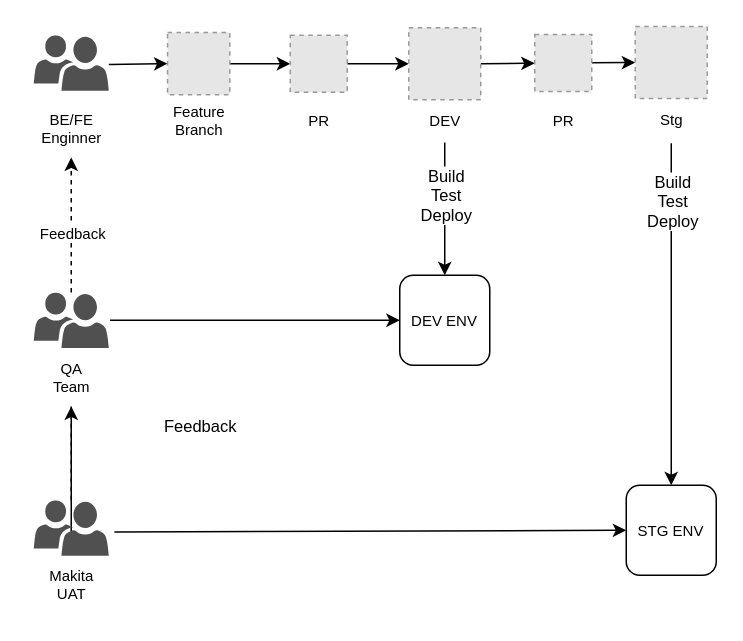
Above: CICD.drawio in tomoyaAsano/drawio (draw.io), before the change. Source tidied: cells renumbered, new cells numbered last; positions are measured from the earlier drawing's top-left corner, leaving out a move shared by most shapes. Both pictures are drawn from the tidied source at 150%, with x=0, y=0 at pixel (26, 26). Pictures stored in the file or linked from it are replaced by grey dashed boxes.
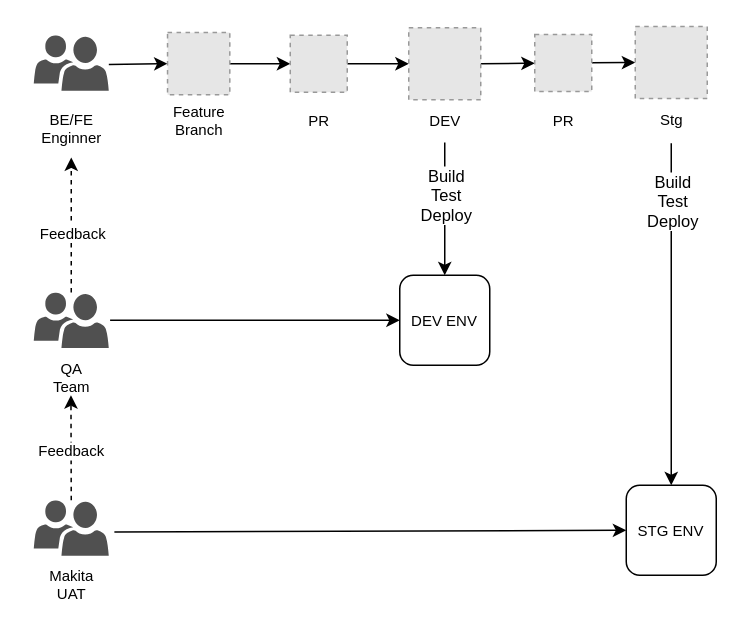
The same page after the edit.

Commit message:
CICD.drawio を更新します

Unchanged cells that the change refers to:
```xml
<mxCell id="21" value="QA&lt;div&gt;Team&lt;/div&gt;" style="text;html=1;align=center;verticalAlign=middle;points=[];strokeColor=none;fillColor=none;fontSize=10;" parent="1" vertex="1">
  <mxGeometry x="5" y="213.5" width="50" height="40" as="geometry" />
</mxCell>
<mxCell id="33" style="sketch=0;shadow=0;dashed=0;html=1;strokeColor=none;labelPosition=center;verticalLabelPosition=bottom;verticalAlign=top;align=center;fillColor=#505050;shape=mxgraph.mscae.intune.user_group;fontSize=10;" parent="1" vertex="1">
  <mxGeometry x="5" y="316" width="50" height="37" as="geometry" />
</mxCell>
<mxCell id="34" value="Makita&lt;div&gt;UAT&lt;/div&gt;" style="text;html=1;align=center;verticalAlign=middle;points=[];strokeColor=none;fillColor=none;fontSize=10;" parent="1" vertex="1">
  <mxGeometry x="5" y="352" width="50" height="40" as="geometry" />
</mxCell>
```

What changed in the source:
```diff
@@
-    <mxCell id="20" style="edgeStyle=none;shape=connector;rounded=0;jettySize=auto;html=1;strokeColor=default;align=center;verticalAlign=middle;fontFamily=Helvetica;fontSize=11;fontColor=default;labelBackgroundColor=default;endArrow=classic;" parent="1" edge="1" source="21" target="34">
-      <mxGeometry relative="1" as="geometry" />
-    </mxCell>
@@
-    <mxCell id="31" style="edgeStyle=none;shape=connector;rounded=0;jettySize=auto;html=1;exitX=0.5;exitY=0;exitDx=0;exitDy=0;exitPerimeter=0;strokeColor=default;align=center;verticalAlign=middle;fontFamily=Helvetica;fontSize=11;fontColor=default;labelBackgroundColor=default;endArrow=classic;dashed=1;" parent="1" edge="1" source="33" target="21">
-      <mxGeometry relative="1" as="geometry">
-        <Array as="points">
-          <mxPoint x="30" y="286" />
-        </Array>
-      </mxGeometry>
-    </mxCell>
-    <mxCell id="32" value="Feedback" style="edgeLabel;html=1;align=center;verticalAlign=middle;fontFamily=Helvetica;fontSize=11;fontColor=default;labelBackgroundColor=default;" parent="31" vertex="1">
-      <mxGeometry x="-0.04" y="2" relative="1" as="geometry">
-        <mxPoint x="87" y="-20" as="offset" />
-      </mxGeometry>
-    </mxCell>
@@
+    <mxCell id="36" style="edgeStyle=none;shape=connector;rounded=0;jettySize=auto;html=1;strokeColor=default;align=center;verticalAlign=middle;fontFamily=Helvetica;fontSize=10;fontColor=default;labelBackgroundColor=default;endArrow=classic;dashed=1;exitX=0.5;exitY=0;exitDx=0;exitDy=0;exitPerimeter=0;" parent="1" edge="1" source="33">
+      <mxGeometry relative="1" as="geometry">
+        <mxPoint x="29.8" y="246" as="targetPoint" />
+      </mxGeometry>
+    </mxCell>
+    <mxCell id="32" value="Feedback" style="edgeLabel;html=1;align=center;verticalAlign=middle;fontFamily=Helvetica;fontSize=10;fontColor=default;labelBackgroundColor=default;" parent="36" vertex="1">
+      <mxGeometry x="-0.29" y="-1" relative="1" as="geometry">
+        <mxPoint x="-1" y="-8" as="offset" />
+      </mxGeometry>
+    </mxCell>
```
